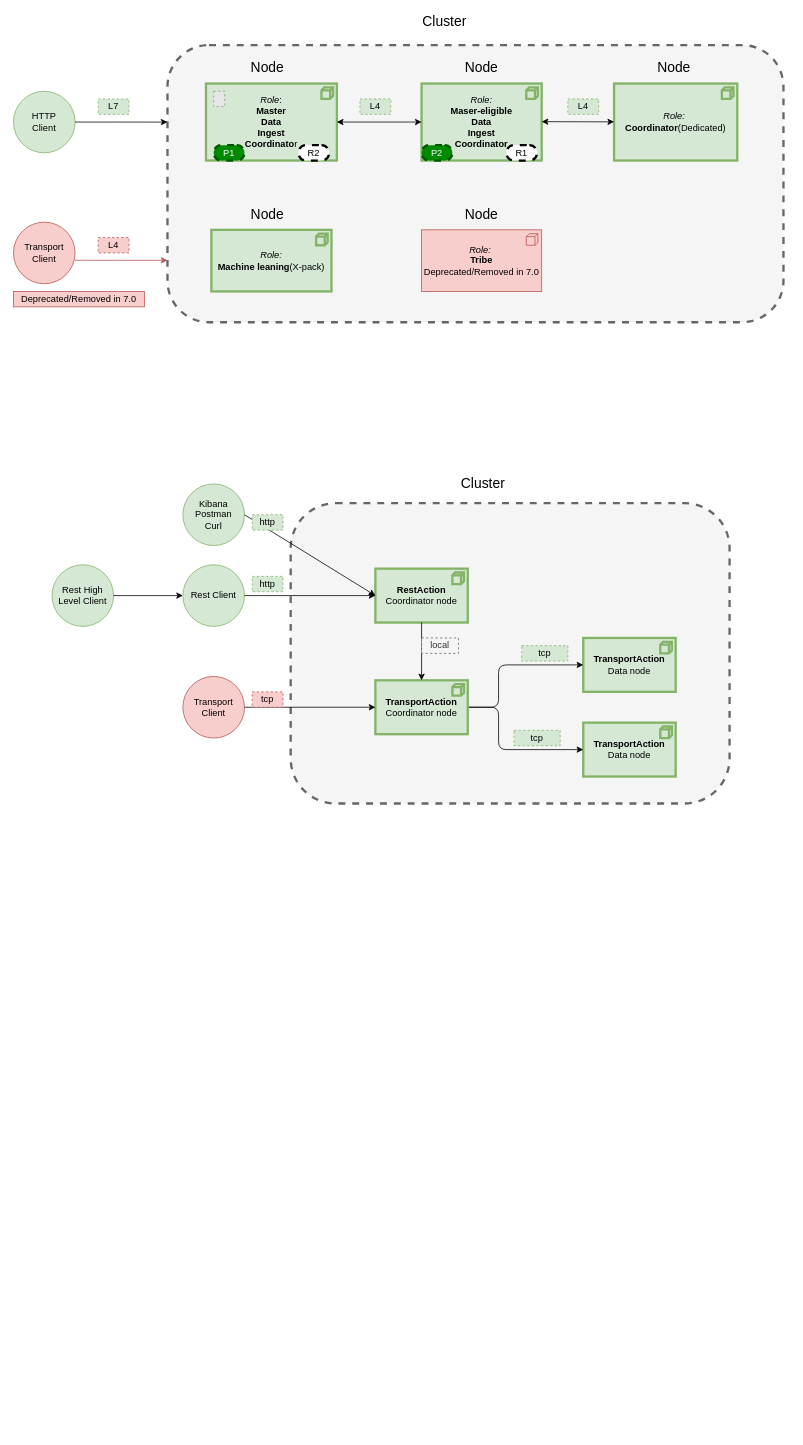
weizheng1990s/Diagram keeps this draw.io diagram as ES1.drawio. Above is the earlier version. Source tidied: cells renumbered, new cells numbered last; positions are measured from the earlier drawing's top-left corner, leaving out a move shared by most shapes. Both pictures are drawn from the tidied source at 77%, with x=0, y=0 at pixel (13, 14). Pictures stored in the file or linked from it are replaced by grey dashed boxes.
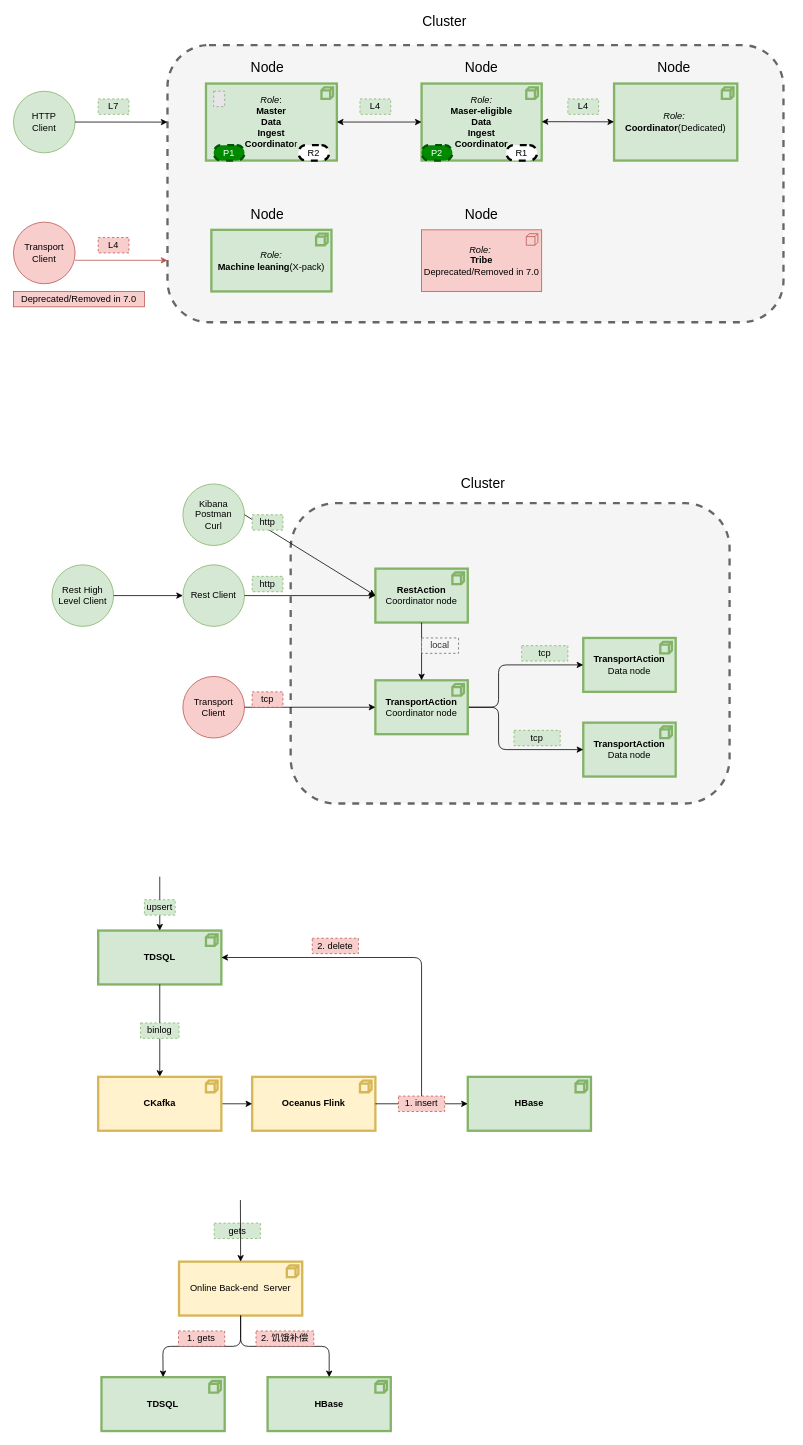
After the change.

What changed in the source:
```diff
@@
+    <mxCell id="54" value="&lt;b&gt;TDSQL&lt;/b&gt;" style="html=1;outlineConnect=0;whiteSpace=wrap;fillColor=#d5e8d4;shape=mxgraph.archimate3.application;appType=node;archiType=square;strokeColor=#82b366;strokeWidth=3;" parent="1" vertex="1">
+      <mxGeometry x="110" y="1190" width="160" height="70" as="geometry" />
+    </mxCell>
+    <mxCell id="55" style="endArrow=classic;html=1;entryX=0.5;entryY=0;entryDx=0;entryDy=0;entryPerimeter=0;startArrow=none;" parent="1" edge="1" source="66" target="54">
+      <mxGeometry relative="1" as="geometry" />
+    </mxCell>
+    <mxCell id="56" style="endArrow=classic;html=1;exitX=0.5;exitY=1;exitDx=0;exitDy=0;exitPerimeter=0;entryX=0.5;entryY=0;entryDx=0;entryDy=0;entryPerimeter=0;startArrow=none;" parent="1" edge="1" source="68" target="65">
+      <mxGeometry relative="1" as="geometry" />
+    </mxCell>
+    <mxCell id="57" value="&lt;b&gt;Oceanus Flink&lt;/b&gt;" style="html=1;outlineConnect=0;whiteSpace=wrap;fillColor=#fff2cc;shape=mxgraph.archimate3.application;appType=node;archiType=square;strokeColor=#d6b656;strokeWidth=3;" parent="1" vertex="1">
+      <mxGeometry x="310" y="1380" width="160" height="70" as="geometry" />
+    </mxCell>
+    <mxCell id="58" style="endArrow=classic;html=1;exitX=1;exitY=0.5;exitDx=0;exitDy=0;entryX=0;entryY=0.5;entryDx=0;entryDy=0;entryPerimeter=0;exitPerimeter=0;" parent="1" edge="1" target="57">
+      <mxGeometry relative="1" as="geometry">
+        <mxPoint x="240" y="1415" as="sourcePoint" />
+      </mxGeometry>
+    </mxCell>
+    <mxCell id="59" value="&lt;b&gt;HBase&lt;/b&gt;" style="html=1;outlineConnect=0;whiteSpace=wrap;fillColor=#d5e8d4;shape=mxgraph.archimate3.application;appType=node;archiType=square;strokeColor=#82b366;strokeWidth=3;" parent="1" vertex="1">
+      <mxGeometry x="590" y="1380" width="160" height="70" as="geometry" />
+    </mxCell>
+    <mxCell id="60" style="endArrow=classic;html=1;exitX=1;exitY=0.5;exitDx=0;exitDy=0;exitPerimeter=0;startArrow=none;" parent="1" edge="1" source="61" target="59">
+      <mxGeometry relative="1" as="geometry" />
+    </mxCell>
+    <mxCell id="61" value="1. insert" style="text;html=1;strokeColor=#b85450;fillColor=#f8cecc;align=center;verticalAlign=middle;whiteSpace=wrap;rounded=0;dashed=1;" parent="1" vertex="1">
+      <mxGeometry x="500" y="1405" width="60" height="20" as="geometry" />
+    </mxCell>
+    <mxCell id="62" style="endArrow=none;html=1;exitX=1;exitY=0.5;exitDx=0;exitDy=0;exitPerimeter=0;" parent="1" edge="1" source="57" target="61">
+      <mxGeometry relative="1" as="geometry" />
+    </mxCell>
+    <mxCell id="63" style="endArrow=classic;html=1;exitX=0.5;exitY=0;exitDx=0;exitDy=0;entryX=1;entryY=0.5;entryDx=0;entryDy=0;entryPerimeter=0;" parent="1" edge="1" source="61" target="54">
+      <mxGeometry relative="1" as="geometry">
+        <Array as="points">
+          <mxPoint x="530" y="1225" />
+        </Array>
+      </mxGeometry>
+    </mxCell>
+    <mxCell id="64" value="2. delete" style="text;html=1;strokeColor=#b85450;fillColor=#f8cecc;align=center;verticalAlign=middle;whiteSpace=wrap;rounded=0;dashed=1;" parent="1" vertex="1">
+      <mxGeometry x="388" y="1200" width="60" height="20" as="geometry" />
+    </mxCell>
+    <mxCell id="65" value="&lt;b&gt;CKafka&lt;/b&gt;" style="html=1;outlineConnect=0;whiteSpace=wrap;fillColor=#fff2cc;shape=mxgraph.archimate3.application;appType=node;archiType=square;strokeColor=#d6b656;strokeWidth=3;" parent="1" vertex="1">
+      <mxGeometry x="110" y="1380" width="160" height="70" as="geometry" />
+    </mxCell>
+    <mxCell id="66" value="upsert" style="text;html=1;strokeColor=#82b366;fillColor=#d5e8d4;align=center;verticalAlign=middle;whiteSpace=wrap;rounded=0;dashed=1;" parent="1" vertex="1">
+      <mxGeometry x="170" y="1150" width="40" height="20" as="geometry" />
+    </mxCell>
+    <mxCell id="67" style="endArrow=none;html=1;entryX=0.5;entryY=0;entryDx=0;entryDy=0;entryPerimeter=0;" parent="1" edge="1" target="66">
+      <mxGeometry relative="1" as="geometry">
+        <mxPoint x="190" y="1120" as="sourcePoint" />
+      </mxGeometry>
+    </mxCell>
+    <mxCell id="68" value="binlog" style="text;html=1;strokeColor=#82b366;fillColor=#d5e8d4;align=center;verticalAlign=middle;whiteSpace=wrap;rounded=0;dashed=1;" parent="1" vertex="1">
+      <mxGeometry x="165" y="1310" width="50" height="20" as="geometry" />
+    </mxCell>
+    <mxCell id="69" style="endArrow=none;html=1;exitX=0.5;exitY=1;exitDx=0;exitDy=0;exitPerimeter=0;entryX=0.5;entryY=0;entryDx=0;entryDy=0;entryPerimeter=0;" parent="1" edge="1" source="54" target="68">
+      <mxGeometry relative="1" as="geometry" />
+    </mxCell>
+    <mxCell id="70" value="&lt;b&gt;TDSQL&lt;/b&gt;" style="html=1;outlineConnect=0;whiteSpace=wrap;fillColor=#d5e8d4;shape=mxgraph.archimate3.application;appType=node;archiType=square;strokeColor=#82b366;strokeWidth=3;" parent="1" vertex="1">
+      <mxGeometry x="114.3" y="1770" width="160" height="70" as="geometry" />
+    </mxCell>
+    <mxCell id="71" value="Online Back-end &amp;nbsp;Server" style="html=1;outlineConnect=0;whiteSpace=wrap;fillColor=#fff2cc;shape=mxgraph.archimate3.application;appType=node;archiType=square;strokeColor=#d6b656;strokeWidth=3;" parent="1" vertex="1">
+      <mxGeometry x="215" y="1620" width="160" height="70" as="geometry" />
+    </mxCell>
+    <mxCell id="72" value="&lt;b&gt;HBase&lt;/b&gt;" style="html=1;outlineConnect=0;whiteSpace=wrap;fillColor=#d5e8d4;shape=mxgraph.archimate3.application;appType=node;archiType=square;strokeColor=#82b366;strokeWidth=3;" parent="1" vertex="1">
+      <mxGeometry x="330" y="1770" width="160" height="70" as="geometry" />
+    </mxCell>
+    <mxCell id="73" value="gets" style="text;html=1;strokeColor=#82b366;fillColor=#d5e8d4;align=center;verticalAlign=middle;whiteSpace=wrap;rounded=0;dashed=1;" parent="1" vertex="1">
+      <mxGeometry x="260.7" y="1570" width="60" height="20" as="geometry" />
+    </mxCell>
+    <mxCell id="74" style="endArrow=classic;html=1;entryX=0.5;entryY=0;entryDx=0;entryDy=0;entryPerimeter=0;startArrow=none;" parent="1" edge="1" target="71">
+      <mxGeometry relative="1" as="geometry">
+        <mxPoint x="294.7" y="1540" as="sourcePoint" />
+      </mxGeometry>
+    </mxCell>
+    <mxCell id="75" style="endArrow=classic;html=1;exitX=0.5;exitY=1;exitDx=0;exitDy=0;exitPerimeter=0;entryX=0.5;entryY=0;entryDx=0;entryDy=0;entryPerimeter=0;startArrow=none;" parent="1" edge="1" source="71" target="70">
+      <mxGeometry relative="1" as="geometry">
+        <Array as="points">
+          <mxPoint x="295" y="1730" />
+          <mxPoint x="194" y="1730" />
+        </Array>
+      </mxGeometry>
+    </mxCell>
+    <mxCell id="76" style="endArrow=classic;html=1;exitX=0.5;exitY=1;exitDx=0;exitDy=0;exitPerimeter=0;entryX=0.5;entryY=0;entryDx=0;entryDy=0;entryPerimeter=0;startArrow=none;" parent="1" edge="1" source="71" target="72">
+      <mxGeometry relative="1" as="geometry">
+        <Array as="points">
+          <mxPoint x="295" y="1730" />
+          <mxPoint x="410" y="1730" />
+        </Array>
+      </mxGeometry>
+    </mxCell>
+    <mxCell id="77" value="1. gets" style="text;html=1;strokeColor=#b85450;fillColor=#f8cecc;align=center;verticalAlign=middle;whiteSpace=wrap;rounded=0;dashed=1;" parent="1" vertex="1">
+      <mxGeometry x="214.3" y="1710" width="60" height="20" as="geometry" />
+    </mxCell>
+    <mxCell id="78" value="2. 饥饿补偿" style="text;html=1;strokeColor=#b85450;fillColor=#f8cecc;align=center;verticalAlign=middle;whiteSpace=wrap;rounded=0;dashed=1;" parent="1" vertex="1">
+      <mxGeometry x="315" y="1710" width="75" height="20" as="geometry" />
+    </mxCell>
```
